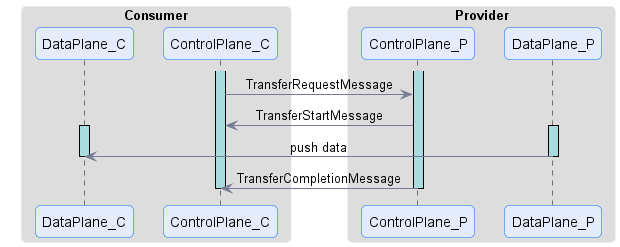
International-Data-Spaces-Association/ids-specification keeps this PlantUML diagram as transfer/figures/push-transfer-process.png. Above is the earlier version.
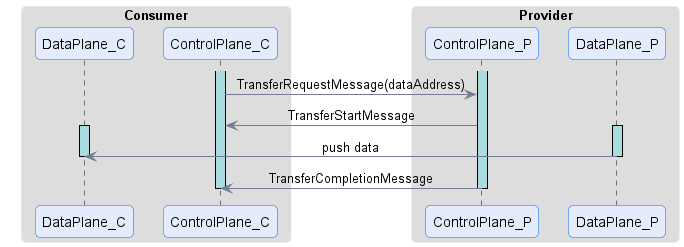
After the commit.

Commit message:
chore: add dataAddress to sequence diagrams

What changed in the source:
```diff
@@ -20,7 +20,7 @@
 activate ControlPlane_C
 activate ControlPlane_P
 
-ControlPlane_C -> ControlPlane_P : TransferRequestMessage
+ControlPlane_C -> ControlPlane_P : TransferRequestMessage(dataAddress)
 
 ControlPlane_P -> ControlPlane_C : TransferStartMessage
 
```
